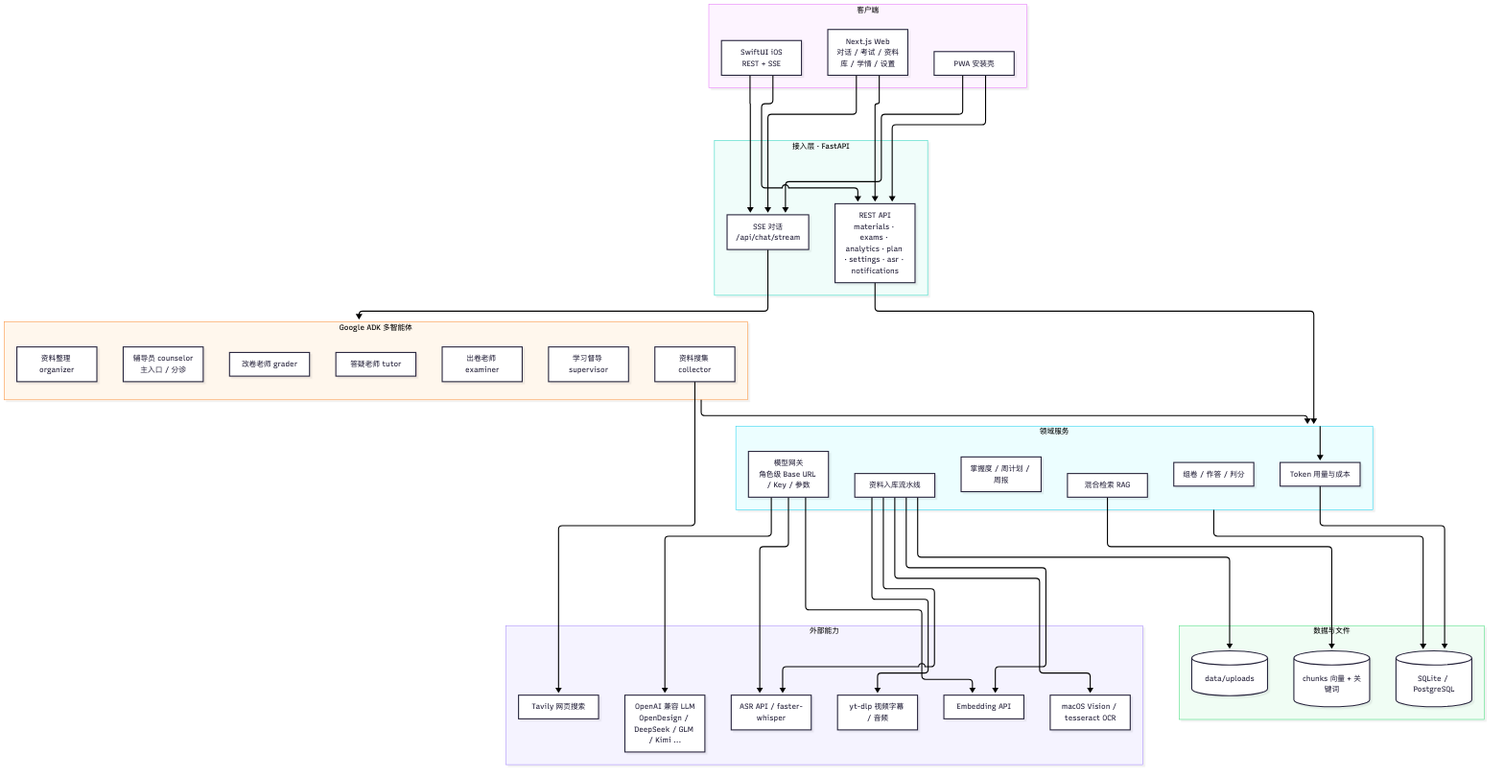
The Mermaid diagram docs/diagrams/overview.png in yijiejiang/kaogong-school, before a commit. Its source is kept beside it as docs/diagrams/overview.mmd.
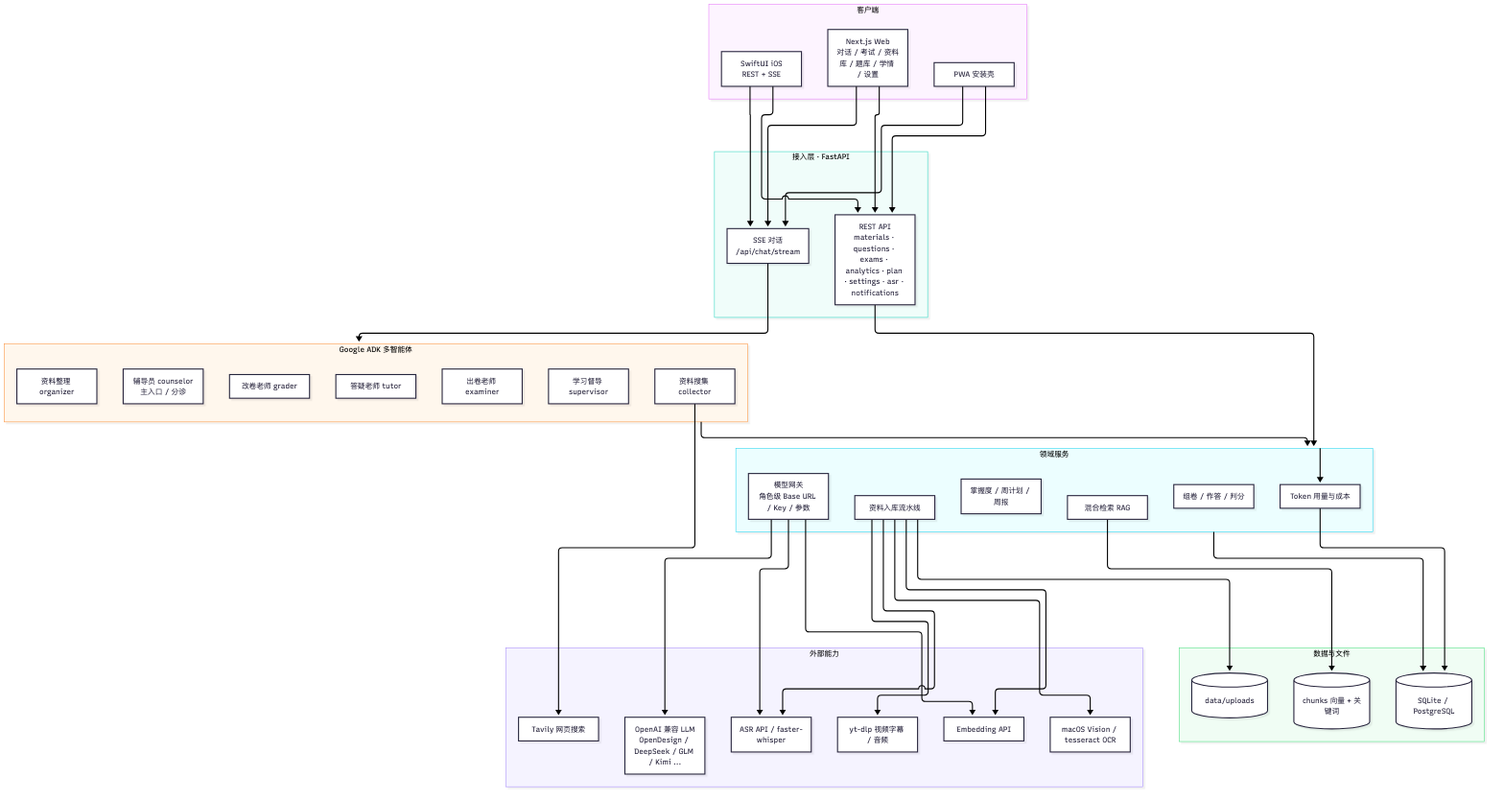
After the change.

Commit message:
总览图补上题库入口

Diff of the diagram source:
```diff
@@ -1,13 +1,13 @@
 flowchart TB
   subgraph Clients["客户端"]
-    Web["Next.js Web<br/>对话 / 考试 / 资料库 / 学情 / 设置"]
+    Web["Next.js Web<br/>对话 / 考试 / 资料库 / 题库 / 学情 / 设置"]
     IOS["SwiftUI iOS<br/>REST + SSE"]
     PWA["PWA 安装壳"]
   end
 
   subgraph Edge["接入层 · FastAPI"]
     SSE["SSE 对话<br/>/api/chat/stream"]
-    REST["REST API<br/>materials · exams · analytics · plan · settings · asr · notifications"]
+    REST["REST API<br/>materials · questions · exams · analytics · plan · settings · asr · notifications"]
   end
 
   subgraph Agents["Google ADK 多智能体"]
```
